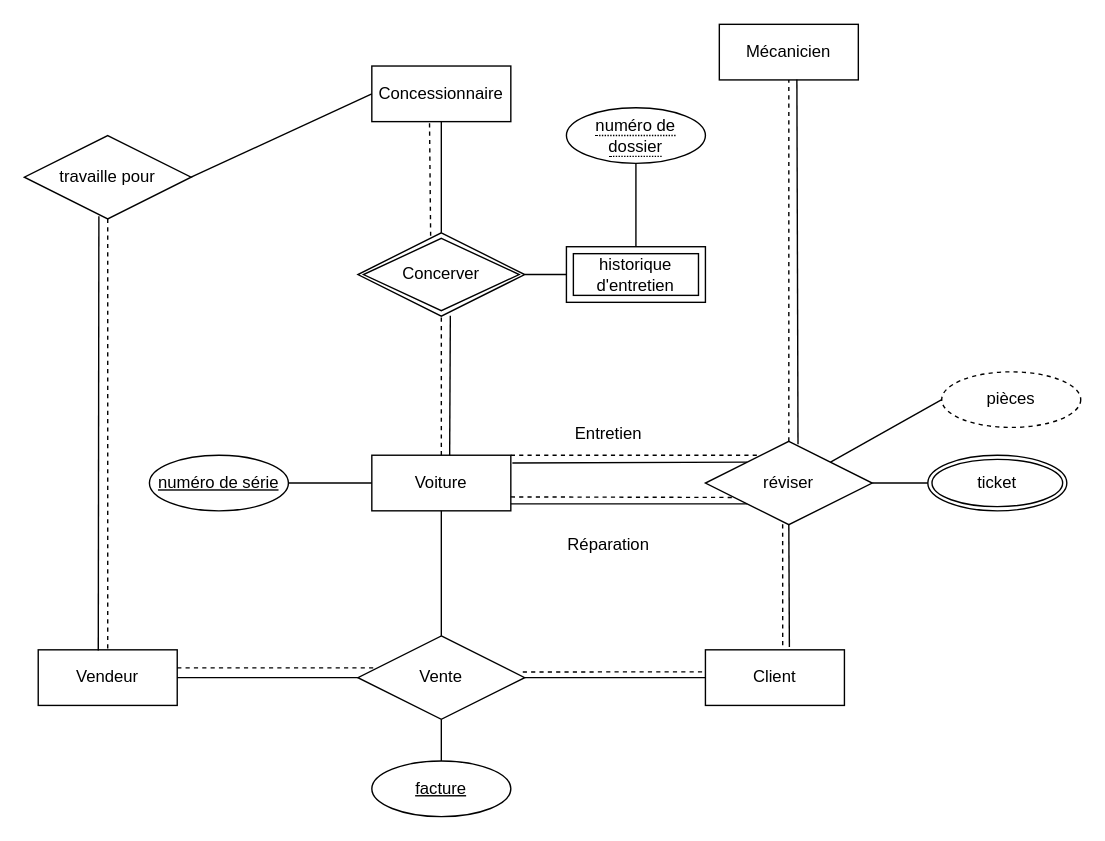
Earlier version of the draw.io diagram page "Question 2" (1 of 3) of IFT2935-devoir1.drawio (aloNe-G40/IFT2935-Devoir-1). Source tidied: cells renumbered, new cells numbered last; positions are measured from the earlier drawing's top-left corner, leaving out a move shared by most shapes. Both pictures are drawn from the tidied source at 139%, with x=0, y=0 at pixel (24, 24).
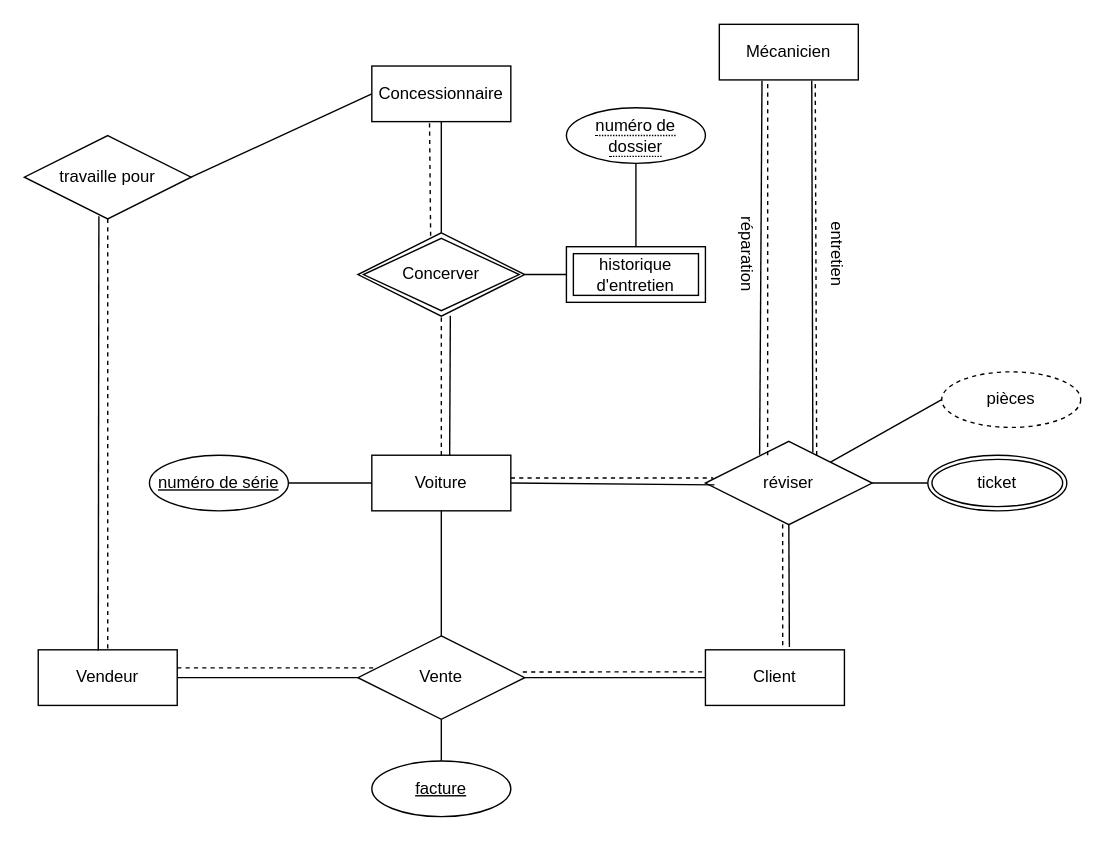
Above is the later version.

The change refers to these unchanged cells:
```xml
<mxCell id="3" value="Voiture" style="whiteSpace=wrap;html=1;align=center;" parent="1" vertex="1">
  <mxGeometry x="250" y="310" width="100" height="40" as="geometry" />
</mxCell>
<mxCell id="9" value="réviser" style="shape=rhombus;perimeter=rhombusPerimeter;whiteSpace=wrap;html=1;align=center;" parent="1" vertex="1">
  <mxGeometry x="490" y="300" width="120" height="60" as="geometry" />
</mxCell>
<mxCell id="30" value="Mécanicien" style="whiteSpace=wrap;html=1;align=center;" parent="1" vertex="1">
  <mxGeometry x="500" width="100" height="40" as="geometry" />
</mxCell>
```

Diff of the diagram source:
```diff
@@
-    <mxCell id="12" value="Entretien" style="text;html=1;align=center;verticalAlign=middle;strokeColor=none;fillColor=none;" parent="1" vertex="1">
-      <mxGeometry x="385" y="280" width="70" height="30" as="geometry" />
-    </mxCell>
-    <mxCell id="13" value="Réparation" style="text;html=1;align=center;verticalAlign=middle;strokeColor=none;fillColor=none;" parent="1" vertex="1">
-      <mxGeometry x="380" y="360" width="80" height="30" as="geometry" />
-    </mxCell>
-    <mxCell id="14" style="endArrow=none;html=1;rounded=0;exitX=0;exitY=0;exitDx=0;exitDy=0;entryX=1.011;entryY=0.139;entryDx=0;entryDy=0;entryPerimeter=0;" parent="1" edge="1" source="9" target="3">
+    <mxCell id="14" style="endArrow=none;html=1;rounded=0;exitX=0.054;exitY=0.522;exitDx=0;exitDy=0;entryX=1;entryY=0.5;entryDx=0;entryDy=0;exitPerimeter=0;" parent="1" edge="1" source="9" target="3">
       <mxGeometry relative="1" as="geometry" />
     </mxCell>
-    <mxCell id="15" style="endArrow=none;dashed=1;html=1;rounded=0;entryX=0.333;entryY=0.167;entryDx=0;entryDy=0;exitX=1;exitY=0;exitDx=0;exitDy=0;entryPerimeter=0;" parent="1" edge="1" source="3" target="9">
+    <mxCell id="15" style="endArrow=none;dashed=1;html=1;rounded=0;entryX=0.047;entryY=0.439;entryDx=0;entryDy=0;exitX=1;exitY=0.409;exitDx=0;exitDy=0;entryPerimeter=0;exitPerimeter=0;" parent="1" edge="1" source="3" target="9">
       <mxGeometry relative="1" as="geometry" />
     </mxCell>
-    <mxCell id="16" style="endArrow=none;dashed=1;html=1;rounded=0;entryX=0.181;entryY=0.673;entryDx=0;entryDy=0;exitX=1;exitY=0.75;exitDx=0;exitDy=0;entryPerimeter=0;" parent="1" edge="1" source="3" target="9">
-      <mxGeometry relative="1" as="geometry" />
-    </mxCell>
-    <mxCell id="17" style="endArrow=none;html=1;rounded=0;entryX=0;entryY=1;entryDx=0;entryDy=0;" parent="1" edge="1" target="9">
-      <mxGeometry relative="1" as="geometry">
-        <mxPoint x="350" y="345" as="sourcePoint" />
-      </mxGeometry>
-    </mxCell>
@@
-    <mxCell id="31" style="endArrow=none;html=1;rounded=0;entryX=0.558;entryY=0.992;entryDx=0;entryDy=0;entryPerimeter=0;exitX=0.555;exitY=0.036;exitDx=0;exitDy=0;exitPerimeter=0;" parent="1" edge="1" source="9" target="30">
+    <mxCell id="31" style="endArrow=none;html=1;rounded=0;entryX=0.665;entryY=1.013;entryDx=0;entryDy=0;entryPerimeter=0;exitX=0.644;exitY=0.133;exitDx=0;exitDy=0;exitPerimeter=0;" parent="1" edge="1" source="9" target="30">
       <mxGeometry relative="1" as="geometry" />
     </mxCell>
-    <mxCell id="32" style="endArrow=none;dashed=1;html=1;rounded=0;entryX=0.5;entryY=1;entryDx=0;entryDy=0;exitX=0.5;exitY=0;exitDx=0;exitDy=0;" parent="1" edge="1" source="9" target="30">
+    <mxCell id="32" style="endArrow=none;dashed=1;html=1;rounded=0;entryX=0.69;entryY=1.013;entryDx=0;entryDy=0;exitX=0.667;exitY=0.167;exitDx=0;exitDy=0;exitPerimeter=0;entryPerimeter=0;" parent="1" edge="1" source="9" target="30">
       <mxGeometry relative="1" as="geometry" />
     </mxCell>
@@
+    <mxCell id="45" style="endArrow=none;html=1;rounded=0;entryX=0.307;entryY=1.013;entryDx=0;entryDy=0;exitX=0.325;exitY=0.161;exitDx=0;exitDy=0;exitPerimeter=0;entryPerimeter=0;" parent="1" edge="1" source="9" target="30">
+      <mxGeometry relative="1" as="geometry" />
+    </mxCell>
+    <mxCell id="46" style="endArrow=none;dashed=1;html=1;rounded=0;entryX=0.348;entryY=1.013;entryDx=0;entryDy=0;entryPerimeter=0;exitX=0.373;exitY=0.167;exitDx=0;exitDy=0;exitPerimeter=0;" parent="1" edge="1" source="9" target="30">
+      <mxGeometry relative="1" as="geometry" />
+    </mxCell>
+    <mxCell id="47" value="entretien" style="text;html=1;align=center;verticalAlign=middle;strokeColor=none;fillColor=none;rotation=90;" parent="1" vertex="1">
+      <mxGeometry x="550" y="150" width="70" height="30" as="geometry" />
+    </mxCell>
+    <mxCell id="48" value="réparation" style="text;html=1;align=center;verticalAlign=middle;strokeColor=none;fillColor=none;rotation=90;" parent="1" vertex="1">
+      <mxGeometry x="480" y="150" width="80" height="30" as="geometry" />
+    </mxCell>
```
